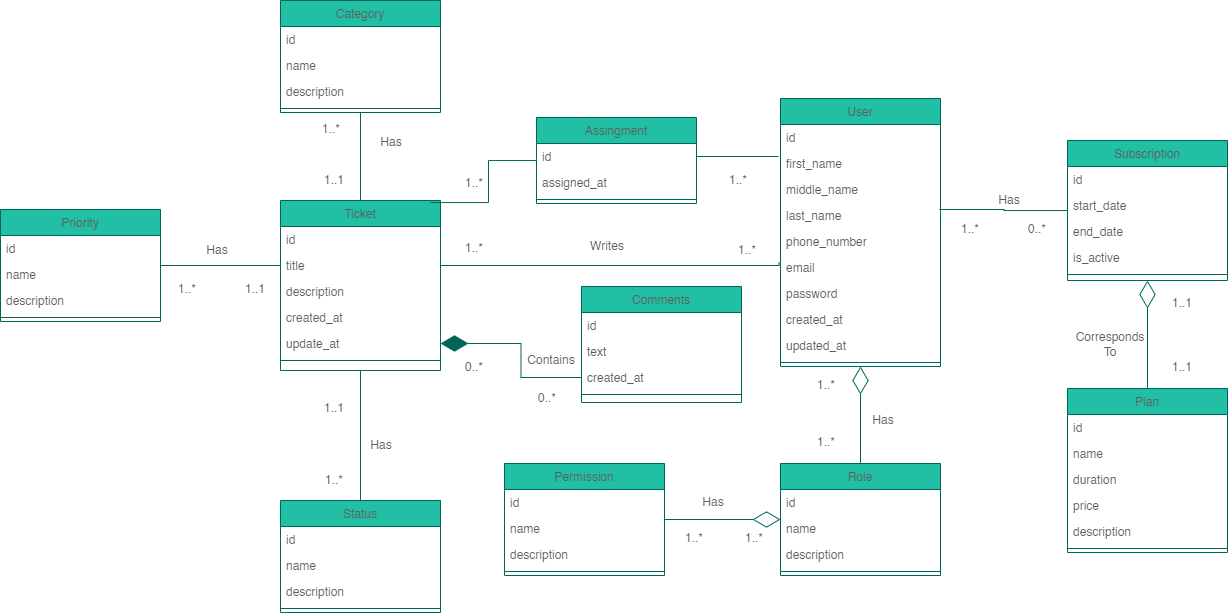
Earlier version of the draw.io export Documentation/Diagrams/ClassDiagram.drawio.png (eloylozano/deskify). Source tidied: cells renumbered, new cells last; positions are measured from the earlier drawing's top-left corner, leaving out a move shared by most shapes.
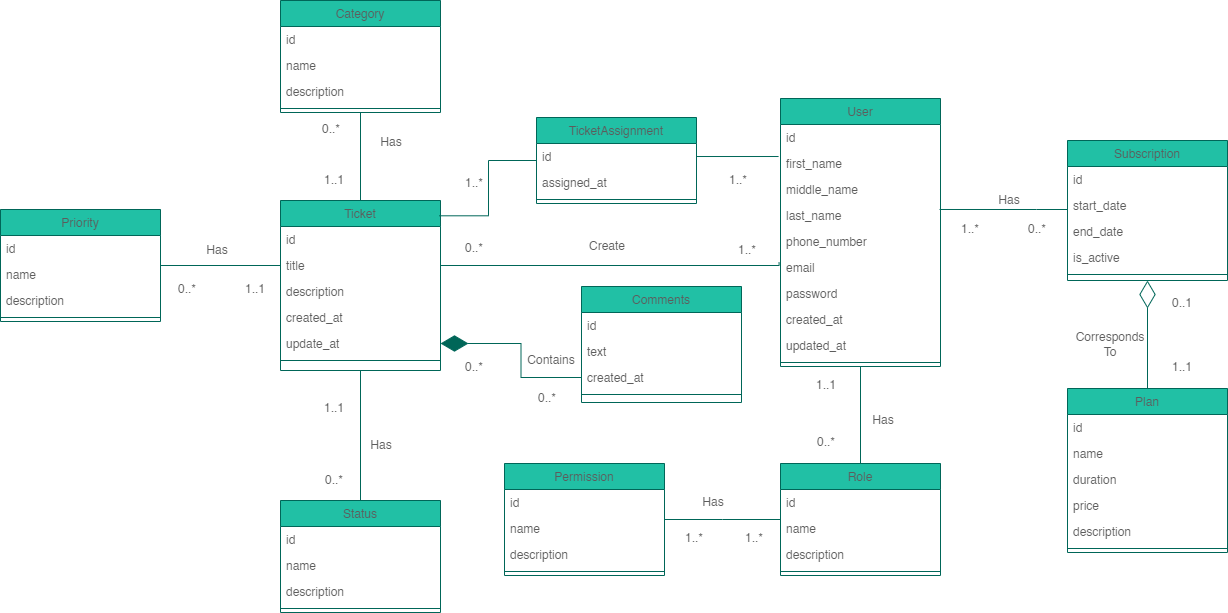
The same file after the commit.

Change to the diagram source:
```diff
@@ -38,7 +38,7 @@
     <mxCell id="13" style="line;html=1;strokeWidth=1;align=left;verticalAlign=middle;spacingTop=-1;spacingLeft=3;spacingRight=3;labelPosition=right;labelBackgroundColor=none;fillColor=#21C0A5;strokeColor=#006658;fontColor=#5C5C5C;" parent="9" vertex="1">
       <mxGeometry y="104" width="160" height="8" as="geometry" />
     </mxCell>
-    <mxCell id="14" style="edgeStyle=orthogonalEdgeStyle;rounded=0;jettySize=auto;html=1;entryX=0.5;entryY=1;entryDx=0;entryDy=0;endSize=25;endArrow=diamondThin;endFill=0;labelBackgroundColor=none;strokeColor=#006658;fontColor=default;" parent="1" edge="1" source="15" target="20">
+    <mxCell id="14" style="edgeStyle=orthogonalEdgeStyle;rounded=0;jettySize=auto;html=1;entryX=0.5;entryY=1;entryDx=0;entryDy=0;endSize=25;endArrow=none;endFill=0;labelBackgroundColor=none;strokeColor=#006658;fontColor=default;" parent="1" edge="1" source="15" target="20">
       <mxGeometry relative="1" as="geometry" />
     </mxCell>
     <mxCell id="15" value="Role" style="swimlane;fontStyle=0;align=center;verticalAlign=top;horizontal=1;startSize=26;rounded=0;shadow=0;strokeWidth=1;labelBackgroundColor=none;fillColor=#21C0A5;strokeColor=#006658;fontColor=#5C5C5C;" parent="1" vertex="1">
@@ -107,8 +107,10 @@
     <mxCell id="36" style="line;html=1;strokeWidth=1;align=left;verticalAlign=middle;spacingTop=-1;spacingLeft=3;spacingRight=3;labelPosition=right;labelBackgroundColor=none;fillColor=#21C0A5;strokeColor=#006658;fontColor=#5C5C5C;" parent="32" vertex="1">
       <mxGeometry y="104" width="160" height="8" as="geometry" />
     </mxCell>
-    <mxCell id="37" style="edgeStyle=orthogonalEdgeStyle;rounded=0;jettySize=auto;html=1;endSize=25;endArrow=diamondThin;endFill=0;labelBackgroundColor=none;strokeColor=#006658;fontColor=default;" parent="1" edge="1" source="38" target="15">
-      <mxGeometry relative="1" as="geometry" />
+    <mxCell id="37" style="edgeStyle=orthogonalEdgeStyle;rounded=0;jettySize=auto;html=1;endSize=25;endArrow=none;endFill=0;labelBackgroundColor=none;strokeColor=#006658;fontColor=default;" parent="1" edge="1" source="38">
+      <mxGeometry relative="1" as="geometry">
+        <mxPoint x="780" y="519" as="targetPoint" />
+      </mxGeometry>
     </mxCell>
     <mxCell id="38" value="Permission" style="swimlane;fontStyle=0;align=center;verticalAlign=top;horizontal=1;startSize=26;rounded=0;shadow=0;strokeWidth=1;labelBackgroundColor=none;fillColor=#21C0A5;strokeColor=#006658;fontColor=#5C5C5C;" parent="1" vertex="1">
       <mxGeometry x="504" y="463" width="160" height="112" as="geometry" />
@@ -183,7 +185,12 @@
       <mxGeometry relative="1" as="geometry" />
     </mxCell>
     <mxCell id="62" style="edgeStyle=orthogonalEdgeStyle;rounded=0;jettySize=auto;html=1;entryX=0.994;entryY=0.269;entryDx=0;entryDy=0;entryPerimeter=0;endArrow=none;endFill=0;endSize=25;labelBackgroundColor=none;strokeColor=#006658;fontColor=default;" parent="1" edge="1" source="43" target="24">
-      <mxGeometry relative="1" as="geometry" />
+      <mxGeometry relative="1" as="geometry">
+        <Array as="points">
+          <mxPoint x="1036" y="209" />
+          <mxPoint x="1036" y="209" />
+        </Array>
+      </mxGeometry>
     </mxCell>
     <mxCell id="63" style="edgeStyle=orthogonalEdgeStyle;rounded=0;jettySize=auto;html=1;entryX=0.5;entryY=1;entryDx=0;entryDy=0;endArrow=diamondThin;endFill=0;endSize=25;labelBackgroundColor=none;strokeColor=#006658;fontColor=default;" parent="1" edge="1" source="64" target="43">
       <mxGeometry relative="1" as="geometry" />
@@ -222,7 +229,7 @@
         </Array>
       </mxGeometry>
     </mxCell>
-    <mxCell id="74" value="Writes" style="text;html=1;strokeColor=none;fillColor=none;align=center;verticalAlign=middle;whiteSpace=wrap;rounded=0;fontColor=#5C5C5C;" parent="1" vertex="1">
+    <mxCell id="74" value="Create" style="text;html=1;strokeColor=none;fillColor=none;align=center;verticalAlign=middle;whiteSpace=wrap;rounded=0;fontColor=#5C5C5C;" parent="1" vertex="1">
       <mxGeometry x="577" y="231" width="60" height="29" as="geometry" />
     </mxCell>
     <mxCell id="75" value="Corresponds To" style="text;html=1;strokeColor=none;fillColor=none;align=center;verticalAlign=middle;whiteSpace=wrap;rounded=0;fontColor=#5C5C5C;" parent="1" vertex="1">
@@ -249,13 +256,13 @@
     <mxCell id="82" value="0..*" style="text;html=1;strokeColor=none;fillColor=none;align=center;verticalAlign=middle;whiteSpace=wrap;rounded=0;fontColor=#5C5C5C;" parent="1" vertex="1">
       <mxGeometry x="517" y="381" width="60" height="34" as="geometry" />
     </mxCell>
-    <mxCell id="83" value="1..*" style="text;html=1;strokeColor=none;fillColor=none;align=center;verticalAlign=middle;whiteSpace=wrap;rounded=0;fontColor=#5C5C5C;" parent="1" vertex="1">
+    <mxCell id="83" value="0..*" style="text;html=1;strokeColor=none;fillColor=none;align=center;verticalAlign=middle;whiteSpace=wrap;rounded=0;fontColor=#5C5C5C;" parent="1" vertex="1">
       <mxGeometry x="304" y="463" width="60" height="34" as="geometry" />
     </mxCell>
-    <mxCell id="84" value="1..*" style="text;html=1;strokeColor=none;fillColor=none;align=center;verticalAlign=middle;whiteSpace=wrap;rounded=0;fontColor=#5C5C5C;" parent="1" vertex="1">
+    <mxCell id="84" value="0..*" style="text;html=1;strokeColor=none;fillColor=none;align=center;verticalAlign=middle;whiteSpace=wrap;rounded=0;fontColor=#5C5C5C;" parent="1" vertex="1">
       <mxGeometry x="157" y="272" width="60" height="34" as="geometry" />
     </mxCell>
-    <mxCell id="85" value="1..*" style="text;html=1;strokeColor=none;fillColor=none;align=center;verticalAlign=middle;whiteSpace=wrap;rounded=0;fontColor=#5C5C5C;" parent="1" vertex="1">
+    <mxCell id="85" value="0..*" style="text;html=1;strokeColor=none;fillColor=none;align=center;verticalAlign=middle;whiteSpace=wrap;rounded=0;fontColor=#5C5C5C;" parent="1" vertex="1">
       <mxGeometry x="301" y="112" width="60" height="34" as="geometry" />
     </mxCell>
     <mxCell id="86" value="1..1" style="text;html=1;strokeColor=none;fillColor=none;align=center;verticalAlign=middle;whiteSpace=wrap;rounded=0;fontColor=#5C5C5C;" parent="1" vertex="1">
@@ -267,7 +274,7 @@
     <mxCell id="88" value="1..1" style="text;html=1;strokeColor=none;fillColor=none;align=center;verticalAlign=middle;whiteSpace=wrap;rounded=0;fontColor=#5C5C5C;" parent="1" vertex="1">
       <mxGeometry x="304" y="391" width="60" height="34" as="geometry" />
     </mxCell>
-    <mxCell id="89" value="1..1" style="text;html=1;strokeColor=none;fillColor=none;align=center;verticalAlign=middle;whiteSpace=wrap;rounded=0;fontColor=#5C5C5C;" parent="1" vertex="1">
+    <mxCell id="89" value="0..1" style="text;html=1;strokeColor=none;fillColor=none;align=center;verticalAlign=middle;whiteSpace=wrap;rounded=0;fontColor=#5C5C5C;" parent="1" vertex="1">
       <mxGeometry x="1152" y="286" width="60" height="34" as="geometry" />
     </mxCell>
     <mxCell id="90" value="1..1" style="text;html=1;strokeColor=none;fillColor=none;align=center;verticalAlign=middle;whiteSpace=wrap;rounded=0;fontColor=#5C5C5C;" parent="1" vertex="1">
@@ -282,7 +289,7 @@
     <mxCell id="93" value="1..*" style="text;html=1;strokeColor=none;fillColor=none;align=center;verticalAlign=middle;whiteSpace=wrap;rounded=0;fontColor=#5C5C5C;" parent="1" vertex="1">
       <mxGeometry x="717" y="233" width="60" height="34" as="geometry" />
     </mxCell>
-    <mxCell id="94" value="1..*" style="text;html=1;strokeColor=none;fillColor=none;align=center;verticalAlign=middle;whiteSpace=wrap;rounded=0;fontColor=#5C5C5C;" parent="1" vertex="1">
+    <mxCell id="94" value="0..*" style="text;html=1;strokeColor=none;fillColor=none;align=center;verticalAlign=middle;whiteSpace=wrap;rounded=0;fontColor=#5C5C5C;" parent="1" vertex="1">
       <mxGeometry x="444" y="231" width="60" height="34" as="geometry" />
     </mxCell>
     <mxCell id="95" value="1..*" style="text;html=1;strokeColor=none;fillColor=none;align=center;verticalAlign=middle;whiteSpace=wrap;rounded=0;fontColor=#5C5C5C;" parent="1" vertex="1">
@@ -291,10 +298,10 @@
     <mxCell id="96" value="1..*" style="text;html=1;strokeColor=none;fillColor=none;align=center;verticalAlign=middle;whiteSpace=wrap;rounded=0;fontColor=#5C5C5C;" parent="1" vertex="1">
       <mxGeometry x="708" y="163" width="60" height="34" as="geometry" />
     </mxCell>
-    <mxCell id="97" value="1..*" style="text;html=1;strokeColor=none;fillColor=none;align=center;verticalAlign=middle;whiteSpace=wrap;rounded=0;fontColor=#5C5C5C;" parent="1" vertex="1">
+    <mxCell id="97" value="1..1" style="text;html=1;strokeColor=none;fillColor=none;align=center;verticalAlign=middle;whiteSpace=wrap;rounded=0;fontColor=#5C5C5C;" parent="1" vertex="1">
       <mxGeometry x="796" y="368" width="60" height="34" as="geometry" />
     </mxCell>
-    <mxCell id="98" value="1..*" style="text;html=1;strokeColor=none;fillColor=none;align=center;verticalAlign=middle;whiteSpace=wrap;rounded=0;fontColor=#5C5C5C;" parent="1" vertex="1">
+    <mxCell id="98" value="0..*" style="text;html=1;strokeColor=none;fillColor=none;align=center;verticalAlign=middle;whiteSpace=wrap;rounded=0;fontColor=#5C5C5C;" parent="1" vertex="1">
       <mxGeometry x="796" y="425" width="60" height="34" as="geometry" />
     </mxCell>
     <mxCell id="99" value="1..*" style="text;html=1;strokeColor=none;fillColor=none;align=center;verticalAlign=middle;whiteSpace=wrap;rounded=0;fontColor=#5C5C5C;" parent="1" vertex="1">
@@ -303,7 +310,7 @@
     <mxCell id="100" value="1..*" style="text;html=1;strokeColor=none;fillColor=none;align=center;verticalAlign=middle;whiteSpace=wrap;rounded=0;fontColor=#5C5C5C;" parent="1" vertex="1">
       <mxGeometry x="724" y="521" width="60" height="34" as="geometry" />
     </mxCell>
-    <mxCell id="101" value="Assingment" style="swimlane;fontStyle=0;align=center;verticalAlign=top;horizontal=1;startSize=26;rounded=0;shadow=0;strokeWidth=1;labelBackgroundColor=none;fillColor=#21C0A5;strokeColor=#006658;fontColor=#5C5C5C;" parent="1" vertex="1">
+    <mxCell id="101" value="TicketAssignment" style="swimlane;fontStyle=0;align=center;verticalAlign=top;horizontal=1;startSize=26;rounded=0;shadow=0;strokeWidth=1;labelBackgroundColor=none;fillColor=#21C0A5;strokeColor=#006658;fontColor=#5C5C5C;" parent="1" vertex="1">
       <mxGeometry x="536" y="117" width="160" height="86" as="geometry" />
     </mxCell>
     <mxCell id="102" value="id" style="text;align=left;verticalAlign=top;spacingLeft=4;spacingRight=4;overflow=hidden;points=[[0,0.5],[1,0.5]];portConstraint=eastwest;labelBackgroundColor=none;fontColor=#5C5C5C;" parent="101" vertex="1">
@@ -315,7 +322,7 @@
     <mxCell id="104" style="line;html=1;strokeWidth=1;align=left;verticalAlign=middle;spacingTop=-1;spacingLeft=3;spacingRight=3;labelPosition=right;labelBackgroundColor=none;fillColor=#21C0A5;strokeColor=#006658;fontColor=#5C5C5C;" parent="101" vertex="1">
       <mxGeometry y="78" width="160" height="8" as="geometry" />
     </mxCell>
-    <mxCell id="105" style="edgeStyle=orthogonalEdgeStyle;rounded=0;jettySize=auto;html=1;entryX=0.938;entryY=0.012;entryDx=0;entryDy=0;entryPerimeter=0;strokeColor=#006658;fontColor=#5C5C5C;fillColor=#21C0A5;endArrow=none;endFill=0;endSize=25;" parent="1" edge="1" source="101" target="2">
+    <mxCell id="105" style="edgeStyle=orthogonalEdgeStyle;rounded=0;jettySize=auto;html=1;entryX=0.991;entryY=0.09;entryDx=0;entryDy=0;entryPerimeter=0;strokeColor=#006658;fontColor=#5C5C5C;fillColor=#21C0A5;endArrow=none;endFill=0;endSize=25;" parent="1" edge="1" source="101" target="2">
       <mxGeometry relative="1" as="geometry" />
     </mxCell>
     <mxCell id="106" style="edgeStyle=orthogonalEdgeStyle;rounded=0;jettySize=auto;html=1;entryX=-0.012;entryY=0.231;entryDx=0;entryDy=0;entryPerimeter=0;strokeColor=#006658;fontColor=#5C5C5C;fillColor=#21C0A5;endArrow=none;endFill=0;endSize=25;" parent="1" edge="1" source="102" target="22">
```
